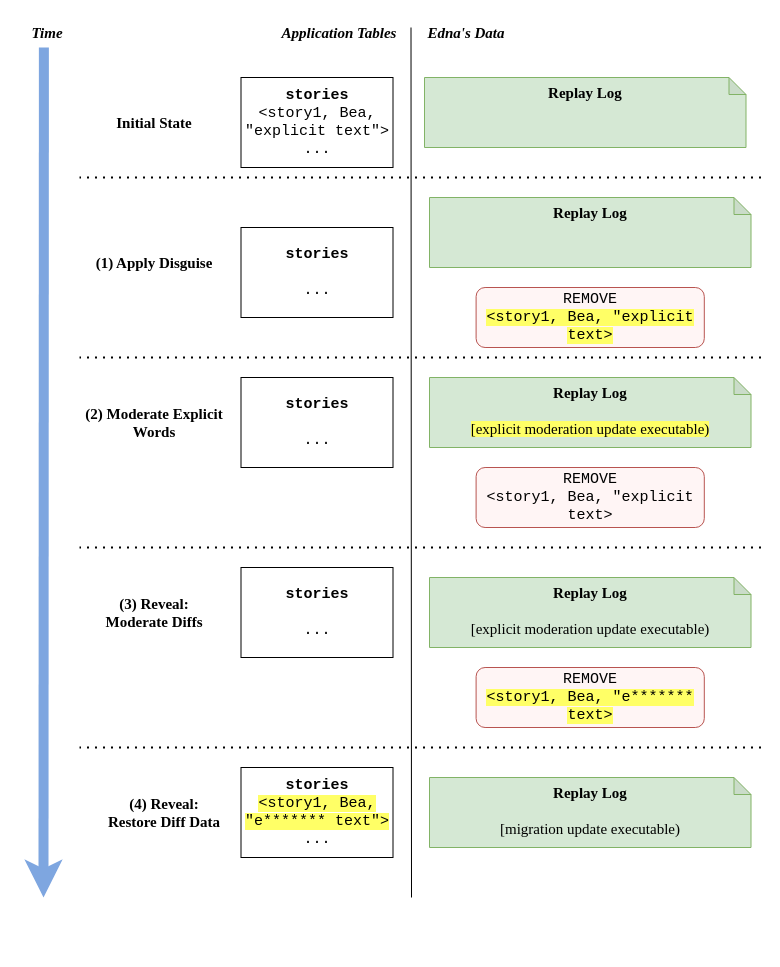
tslilyai/thesis keeps this draw.io diagram as page "updates" (17 of 21) of thesis/figs/edna.drawio. Above is the earlier version. Source tidied: cells renumbered, new cells numbered last; positions are measured from the earlier drawing's top-left corner, leaving out a move shared by most shapes. Both pictures are drawn from the tidied source at 100%, with x=0, y=0 at pixel (17, 17).
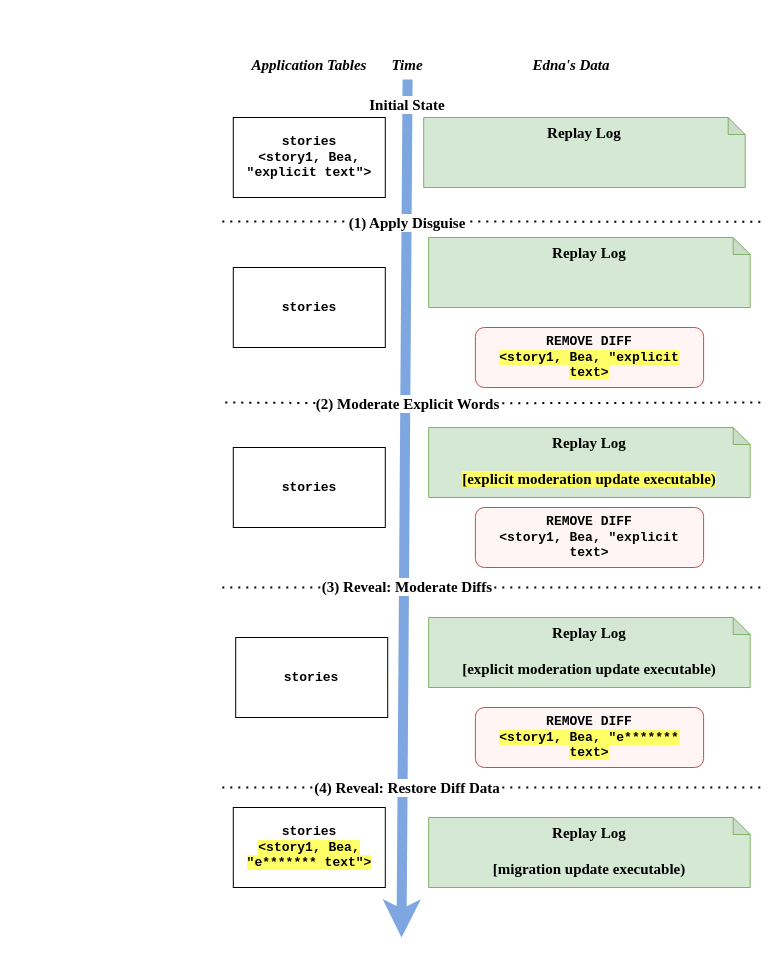
After the change.

Diff of the diagram source:
```diff
@@
-    <mxCell id="2" value="REMOVE&lt;br&gt;&lt;span style=&quot;background-color: rgb(255, 255, 102);&quot;&gt;&amp;lt;story1, Bea, &quot;explicit text&amp;gt;&lt;/span&gt;" style="rounded=1;whiteSpace=wrap;html=1;fillColor=#fff5f5;strokeColor=#b85450;fontSize=15;fontFamily=Courier New;" parent="1" vertex="1">
-      <mxGeometry x="458.6" y="270" width="228.2" height="60" as="geometry" />
+    <mxCell id="2" value="REMOVE DIFF&lt;br style=&quot;font-size: 13px;&quot;&gt;&lt;span style=&quot;background-color: rgb(255, 255, 102); font-size: 13px;&quot;&gt;&amp;lt;story1, Bea, &quot;explicit text&amp;gt;&lt;/span&gt;" style="rounded=1;whiteSpace=wrap;html=1;fillColor=#fff5f5;strokeColor=#b85450;fontSize=13;fontFamily=Courier New;fontStyle=1;" parent="1" vertex="1">
+      <mxGeometry x="457.9" y="310" width="228.2" height="60" as="geometry" />
     </mxCell>
-    <mxCell id="3" value="&lt;div style=&quot;font-size: 15px;&quot;&gt;&lt;/div&gt;&lt;b&gt;stories&lt;/b&gt;&lt;br style=&quot;font-size: 15px;&quot;&gt;&amp;lt;story1, Bea, &quot;explicit text&quot;&amp;gt;&lt;br style=&quot;font-size: 15px;&quot;&gt;..." style="rounded=1;whiteSpace=wrap;html=1;arcSize=0;align=center;spacing=0;fontSize=15;fontFamily=Courier New;" parent="1" vertex="1">
-      <mxGeometry x="223.5" y="60" width="152" height="90" as="geometry" />
+    <mxCell id="3" value="&lt;div style=&quot;font-size: 13px;&quot;&gt;&lt;/div&gt;&lt;span style=&quot;font-size: 13px;&quot;&gt;stories&lt;/span&gt;&lt;br style=&quot;font-size: 13px;&quot;&gt;&amp;lt;story1, Bea, &quot;explicit text&quot;&amp;gt;" style="rounded=1;whiteSpace=wrap;html=1;arcSize=0;align=center;spacing=0;fontSize=13;fontFamily=Courier New;fontStyle=1;" parent="1" vertex="1">
+      <mxGeometry x="215.8" y="100" width="152" height="80" as="geometry" />
     </mxCell>
     <mxCell id="4" value="Application Tables" style="text;html=1;align=center;verticalAlign=middle;whiteSpace=wrap;rounded=0;fontStyle=3;fontSize=15;fontFamily=Times New Roman;" parent="1" vertex="1">
-      <mxGeometry x="232" width="180" height="30" as="geometry" />
+      <mxGeometry x="202" y="32" width="180" height="30" as="geometry" />
     </mxCell>
     <mxCell id="5" value="Edna's Data" style="text;html=1;align=center;verticalAlign=middle;whiteSpace=wrap;rounded=0;fontStyle=3;fontSize=15;fontFamily=Times New Roman;" parent="1" vertex="1">
-      <mxGeometry x="353.5" width="190" height="30" as="geometry" />
+      <mxGeometry x="459" y="32" width="190" height="30" as="geometry" />
     </mxCell>
-    <mxCell id="6" style="endArrow=none;html=1;strokeWidth=1;rounded=0;fontSize=15;fontFamily=Times New Roman;" parent="1" edge="1">
-      <mxGeometry relative="1" as="geometry">
-        <mxPoint x="394" y="880" as="sourcePoint" />
-        <mxPoint x="393.5" y="10" as="targetPoint" />
-      </mxGeometry>
-    </mxCell>
-    <mxCell id="7" value="(1) Apply Disguise" style="text;html=1;align=center;verticalAlign=middle;whiteSpace=wrap;rounded=0;fontStyle=1;fontSize=15;fontFamily=Times New Roman;" parent="1" vertex="1">
-      <mxGeometry x="42" y="230" width="190" height="30" as="geometry" />
-    </mxCell>
-    <mxCell id="8" value="(2) Moderate Explicit Words" style="text;html=1;align=center;verticalAlign=middle;whiteSpace=wrap;rounded=0;fontStyle=1;fontSize=15;fontFamily=Times New Roman;" parent="1" vertex="1">
-      <mxGeometry x="62" y="390" width="150" height="30" as="geometry" />
-    </mxCell>
-    <mxCell id="9" value="(3) Reveal:&lt;br&gt;Moderate Diffs" style="text;html=1;align=center;verticalAlign=middle;whiteSpace=wrap;rounded=0;fontStyle=1;fontSize=15;fontFamily=Times New Roman;" parent="1" vertex="1">
-      <mxGeometry x="42" y="580" width="190" height="30" as="geometry" />
-    </mxCell>
-    <mxCell id="10" value="&lt;b style=&quot;font-size: 15px;&quot;&gt;Replay Log&lt;br style=&quot;font-size: 15px;&quot;&gt;&lt;/b&gt;&lt;br style=&quot;font-size: 15px;&quot;&gt;&lt;br style=&quot;font-size: 15px;&quot;&gt;&lt;br style=&quot;font-size: 15px;&quot;&gt;&lt;div style=&quot;font-size: 15px;&quot;&gt;&lt;br style=&quot;font-size: 15px;&quot;&gt;&lt;/div&gt;" style="shape=note;whiteSpace=wrap;html=1;backgroundOutline=1;darkOpacity=0.05;size=17;fillColor=#d5e8d4;strokeColor=#82b366;fontSize=15;verticalAlign=top;fontFamily=Times New Roman;" parent="1" vertex="1">
-      <mxGeometry x="407" y="60" width="321.5" height="70" as="geometry" />
+    <mxCell id="10" value="&lt;span style=&quot;font-size: 15px;&quot;&gt;Replay Log&lt;br style=&quot;font-size: 15px;&quot;&gt;&lt;/span&gt;&lt;br style=&quot;font-size: 15px;&quot;&gt;&lt;br style=&quot;font-size: 15px;&quot;&gt;&lt;br style=&quot;font-size: 15px;&quot;&gt;&lt;div style=&quot;font-size: 15px;&quot;&gt;&lt;br style=&quot;font-size: 15px;&quot;&gt;&lt;/div&gt;" style="shape=note;whiteSpace=wrap;html=1;backgroundOutline=1;darkOpacity=0.05;size=17;fillColor=#d5e8d4;strokeColor=#82b366;fontSize=15;verticalAlign=top;fontFamily=Times New Roman;fontStyle=1;" parent="1" vertex="1">
+      <mxGeometry x="406.2" y="100" width="321.5" height="70" as="geometry" />
     </mxCell>
-    <mxCell id="11" value="&lt;b style=&quot;font-size: 15px;&quot;&gt;Replay Log&lt;br style=&quot;font-size: 15px;&quot;&gt;&lt;/b&gt;&lt;br style=&quot;font-size: 15px;&quot;&gt;&lt;br style=&quot;font-size: 15px;&quot;&gt;&lt;br style=&quot;font-size: 15px;&quot;&gt;&lt;div style=&quot;font-size: 15px;&quot;&gt;&lt;br style=&quot;font-size: 15px;&quot;&gt;&lt;/div&gt;" style="shape=note;whiteSpace=wrap;html=1;backgroundOutline=1;darkOpacity=0.05;size=17;fillColor=#d5e8d4;strokeColor=#82b366;fontSize=15;verticalAlign=top;fontFamily=Times New Roman;" parent="1" vertex="1">
-      <mxGeometry x="412" y="180" width="321.5" height="70" as="geometry" />
+    <mxCell id="11" value="&lt;span style=&quot;font-size: 15px;&quot;&gt;Replay Log&lt;br style=&quot;font-size: 15px;&quot;&gt;&lt;/span&gt;&lt;br style=&quot;font-size: 15px;&quot;&gt;&lt;br style=&quot;font-size: 15px;&quot;&gt;&lt;br style=&quot;font-size: 15px;&quot;&gt;&lt;div style=&quot;font-size: 15px;&quot;&gt;&lt;br style=&quot;font-size: 15px;&quot;&gt;&lt;/div&gt;" style="shape=note;whiteSpace=wrap;html=1;backgroundOutline=1;darkOpacity=0.05;size=17;fillColor=#d5e8d4;strokeColor=#82b366;fontSize=15;verticalAlign=top;fontFamily=Times New Roman;fontStyle=1;" parent="1" vertex="1">
+      <mxGeometry x="411.2" y="220" width="321.5" height="70" as="geometry" />
     </mxCell>
-    <mxCell id="12" value="&lt;b style=&quot;font-size: 15px;&quot;&gt;Replay Log&lt;br style=&quot;font-size: 15px;&quot;&gt;&lt;/b&gt;&lt;br style=&quot;font-size: 15px;&quot;&gt;&lt;span style=&quot;background-color: rgb(255, 255, 102);&quot;&gt;[explicit moderation update executable)&lt;br style=&quot;font-size: 15px;&quot;&gt;&lt;/span&gt;&lt;br style=&quot;font-size: 15px;&quot;&gt;&lt;div style=&quot;font-size: 15px;&quot;&gt;&lt;br style=&quot;font-size: 15px;&quot;&gt;&lt;/div&gt;" style="shape=note;whiteSpace=wrap;html=1;backgroundOutline=1;darkOpacity=0.05;size=17;fillColor=#d5e8d4;strokeColor=#82b366;fontSize=15;verticalAlign=top;fontFamily=Times New Roman;" parent="1" vertex="1">
-      <mxGeometry x="412" y="360" width="321.5" height="70" as="geometry" />
+    <mxCell id="12" value="&lt;span style=&quot;font-size: 15px;&quot;&gt;Replay Log&lt;br style=&quot;font-size: 15px;&quot;&gt;&lt;/span&gt;&lt;br style=&quot;font-size: 15px;&quot;&gt;&lt;span style=&quot;background-color: rgb(255, 255, 102);&quot;&gt;[explicit moderation update executable)&lt;br style=&quot;font-size: 15px;&quot;&gt;&lt;/span&gt;&lt;br style=&quot;font-size: 15px;&quot;&gt;&lt;div style=&quot;font-size: 15px;&quot;&gt;&lt;br style=&quot;font-size: 15px;&quot;&gt;&lt;/div&gt;" style="shape=note;whiteSpace=wrap;html=1;backgroundOutline=1;darkOpacity=0.05;size=17;fillColor=#d5e8d4;strokeColor=#82b366;fontSize=15;verticalAlign=top;fontFamily=Times New Roman;fontStyle=1;" parent="1" vertex="1">
+      <mxGeometry x="411.2" y="410" width="321.5" height="70" as="geometry" />
     </mxCell>
-    <mxCell id="13" style="endArrow=none;dashed=1;html=1;dashPattern=1 3;strokeWidth=2;rounded=0;fontSize=15;fontFamily=Times New Roman;" parent="1" edge="1">
+    <mxCell id="13" style="endArrow=none;dashed=1;html=1;dashPattern=1 3;strokeWidth=2;rounded=0;fontSize=15;fontFamily=Times New Roman;fontStyle=1;" parent="1" edge="1">
       <mxGeometry relative="1" as="geometry">
-        <mxPoint x="743.5" y="530" as="sourcePoint" />
-        <mxPoint x="62" y="530" as="targetPoint" />
+        <mxPoint x="742.8" y="570" as="sourcePoint" />
+        <mxPoint x="202" y="570" as="targetPoint" />
       </mxGeometry>
     </mxCell>
-    <mxCell id="14" value="(4) Reveal:&lt;br&gt;Restore Diff Data" style="text;html=1;align=center;verticalAlign=middle;whiteSpace=wrap;rounded=0;fontStyle=1;fontSize=15;fontFamily=Times New Roman;" parent="1" vertex="1">
-      <mxGeometry x="52" y="780" width="190" height="30" as="geometry" />
-    </mxCell>
-    <mxCell id="15" value="&lt;b style=&quot;font-size: 15px;&quot;&gt;Replay Log&lt;br style=&quot;font-size: 15px;&quot;&gt;&lt;/b&gt;&lt;br style=&quot;font-size: 15px;&quot;&gt;[migration update executable)&lt;br style=&quot;font-size: 15px;&quot;&gt;&lt;br style=&quot;font-size: 15px;&quot;&gt;&lt;div style=&quot;font-size: 15px;&quot;&gt;&lt;br style=&quot;font-size: 15px;&quot;&gt;&lt;/div&gt;" style="shape=note;whiteSpace=wrap;html=1;backgroundOutline=1;darkOpacity=0.05;size=17;fillColor=#d5e8d4;strokeColor=#82b366;fontSize=15;verticalAlign=top;fontFamily=Times New Roman;" parent="1" vertex="1">
-      <mxGeometry x="412" y="760" width="321.5" height="70" as="geometry" />
+    <mxCell id="15" value="&lt;span style=&quot;font-size: 15px;&quot;&gt;Replay Log&lt;br style=&quot;font-size: 15px;&quot;&gt;&lt;/span&gt;&lt;br style=&quot;font-size: 15px;&quot;&gt;[migration update executable)&lt;br style=&quot;font-size: 15px;&quot;&gt;&lt;br style=&quot;font-size: 15px;&quot;&gt;&lt;div style=&quot;font-size: 15px;&quot;&gt;&lt;br style=&quot;font-size: 15px;&quot;&gt;&lt;/div&gt;" style="shape=note;whiteSpace=wrap;html=1;backgroundOutline=1;darkOpacity=0.05;size=17;fillColor=#d5e8d4;strokeColor=#82b366;fontSize=15;verticalAlign=top;fontFamily=Times New Roman;fontStyle=1;" parent="1" vertex="1">
+      <mxGeometry x="411.2" y="800" width="321.5" height="70" as="geometry" />
     </mxCell>
-    <mxCell id="16" value="Initial State" style="text;html=1;align=center;verticalAlign=middle;whiteSpace=wrap;rounded=0;fontStyle=1;fontSize=15;fontFamily=Times New Roman;" parent="1" vertex="1">
-      <mxGeometry x="42" y="90" width="190" height="30" as="geometry" />
-    </mxCell>
-    <mxCell id="17" value="&lt;div style=&quot;font-size: 15px;&quot;&gt;&lt;/div&gt;&lt;b&gt;stories&lt;/b&gt;&lt;br style=&quot;font-size: 15px;&quot;&gt;&lt;span style=&quot;background-color: rgb(255, 255, 102);&quot;&gt;&amp;lt;story1, Bea, &quot;e******* text&quot;&amp;gt;&lt;br style=&quot;border-color: var(--border-color);&quot;&gt;&lt;/span&gt;..." style="rounded=1;whiteSpace=wrap;html=1;arcSize=0;align=center;spacing=3;fontSize=15;fontFamily=Courier New;" parent="1" vertex="1">
-      <mxGeometry x="223.5" y="750" width="152" height="90" as="geometry" />
+    <mxCell id="17" value="&lt;div style=&quot;font-size: 13px;&quot;&gt;&lt;/div&gt;&lt;span style=&quot;font-size: 13px;&quot;&gt;stories&lt;/span&gt;&lt;br style=&quot;font-size: 13px;&quot;&gt;&lt;span style=&quot;background-color: rgb(255, 255, 102); font-size: 13px;&quot;&gt;&amp;lt;story1, Bea, &quot;e******* text&quot;&amp;gt;&lt;/span&gt;" style="rounded=1;whiteSpace=wrap;html=1;arcSize=0;align=center;spacing=3;fontSize=13;fontFamily=Courier New;fontStyle=1;" parent="1" vertex="1">
+      <mxGeometry x="215.8" y="790" width="152" height="80" as="geometry" />
     </mxCell>
-    <mxCell id="18" value="REMOVE&lt;br&gt;&amp;lt;story1, Bea, &quot;explicit text&amp;gt;" style="rounded=1;whiteSpace=wrap;html=1;fillColor=#fff5f5;strokeColor=#b85450;fontSize=15;fontFamily=Courier New;" parent="1" vertex="1">
-      <mxGeometry x="458.6" y="450" width="228.2" height="60" as="geometry" />
+    <mxCell id="18" value="REMOVE DIFF&lt;br style=&quot;font-size: 13px;&quot;&gt;&amp;lt;story1, Bea, &quot;explicit text&amp;gt;" style="rounded=1;whiteSpace=wrap;html=1;fillColor=#fff5f5;strokeColor=#b85450;fontSize=13;fontFamily=Courier New;fontStyle=1;" parent="1" vertex="1">
+      <mxGeometry x="457.9" y="490" width="228.2" height="60" as="geometry" />
     </mxCell>
-    <mxCell id="19" value="&lt;b style=&quot;font-size: 15px;&quot;&gt;Replay Log&lt;br style=&quot;font-size: 15px;&quot;&gt;&lt;/b&gt;&lt;br style=&quot;font-size: 15px;&quot;&gt;[explicit moderation update executable)&lt;br style=&quot;font-size: 15px;&quot;&gt;&lt;br style=&quot;font-size: 15px;&quot;&gt;&lt;div style=&quot;font-size: 15px;&quot;&gt;&lt;br style=&quot;font-size: 15px;&quot;&gt;&lt;/div&gt;" style="shape=note;whiteSpace=wrap;html=1;backgroundOutline=1;darkOpacity=0.05;size=17;fillColor=#d5e8d4;strokeColor=#82b366;fontSize=15;verticalAlign=top;fontFamily=Times New Roman;" parent="1" vertex="1">
-      <mxGeometry x="412" y="560" width="321.5" height="70" as="geometry" />
+    <mxCell id="19" value="&lt;span style=&quot;font-size: 15px;&quot;&gt;Replay Log&lt;br style=&quot;font-size: 15px;&quot;&gt;&lt;/span&gt;&lt;br style=&quot;font-size: 15px;&quot;&gt;[explicit moderation update executable)&lt;br style=&quot;font-size: 15px;&quot;&gt;&lt;br style=&quot;font-size: 15px;&quot;&gt;&lt;div style=&quot;font-size: 15px;&quot;&gt;&lt;br style=&quot;font-size: 15px;&quot;&gt;&lt;/div&gt;" style="shape=note;whiteSpace=wrap;html=1;backgroundOutline=1;darkOpacity=0.05;size=17;fillColor=#d5e8d4;strokeColor=#82b366;fontSize=15;verticalAlign=top;fontFamily=Times New Roman;fontStyle=1;" parent="1" vertex="1">
+      <mxGeometry x="411.2" y="600" width="321.5" height="70" as="geometry" />
     </mxCell>
-    <mxCell id="20" value="REMOVE&lt;br&gt;&lt;span style=&quot;background-color: rgb(255, 255, 102);&quot;&gt;&amp;lt;story1, Bea, &quot;e******* text&amp;gt;&lt;/span&gt;" style="rounded=1;whiteSpace=wrap;html=1;fillColor=#fff5f5;strokeColor=#b85450;fontSize=15;fontFamily=Courier New;" parent="1" vertex="1">
-      <mxGeometry x="458.6" y="650" width="228.2" height="60" as="geometry" />
+    <mxCell id="20" value="REMOVE DIFF&lt;br style=&quot;font-size: 13px;&quot;&gt;&lt;span style=&quot;background-color: rgb(255, 255, 102); font-size: 13px;&quot;&gt;&amp;lt;story1, Bea, &quot;e******* text&amp;gt;&lt;/span&gt;" style="rounded=1;whiteSpace=wrap;html=1;fillColor=#fff5f5;strokeColor=#b85450;fontSize=13;fontFamily=Courier New;fontStyle=1;" parent="1" vertex="1">
+      <mxGeometry x="457.9" y="690" width="228.2" height="60" as="geometry" />
     </mxCell>
-    <mxCell id="21" style="endArrow=none;dashed=1;html=1;dashPattern=1 3;strokeWidth=2;rounded=0;fontSize=15;fontFamily=Times New Roman;" parent="1" edge="1">
+    <mxCell id="21" style="endArrow=none;dashed=1;html=1;dashPattern=1 3;strokeWidth=2;rounded=0;fontSize=15;fontFamily=Times New Roman;fontStyle=1;" parent="1" edge="1" source="8">
       <mxGeometry relative="1" as="geometry">
-        <mxPoint x="743.5" y="340" as="sourcePoint" />
-        <mxPoint x="62" y="340" as="targetPoint" />
+        <mxPoint x="202" y="385" as="targetPoint" />
       </mxGeometry>
     </mxCell>
-    <mxCell id="22" style="endArrow=none;dashed=1;html=1;dashPattern=1 3;strokeWidth=2;rounded=0;fontSize=15;fontFamily=Times New Roman;" parent="1" edge="1">
+    <mxCell id="22" style="endArrow=none;dashed=1;html=1;dashPattern=1 3;strokeWidth=2;rounded=0;fontSize=15;fontFamily=Times New Roman;fontStyle=1;" parent="1" edge="1">
       <mxGeometry relative="1" as="geometry">
-        <mxPoint x="743.5" y="160" as="sourcePoint" />
-        <mxPoint x="62" y="160" as="targetPoint" />
+        <mxPoint x="742.8" y="204.2" as="sourcePoint" />
+        <mxPoint x="202" y="204" as="targetPoint" />
       </mxGeometry>
     </mxCell>
-    <mxCell id="23" style="endArrow=none;dashed=1;html=1;dashPattern=1 3;strokeWidth=2;rounded=0;fontSize=15;fontFamily=Times New Roman;" parent="1" edge="1">
+    <mxCell id="23" style="endArrow=none;dashed=1;html=1;dashPattern=1 3;strokeWidth=2;rounded=0;fontSize=15;fontFamily=Times New Roman;fontStyle=1;" parent="1" edge="1">
       <mxGeometry relative="1" as="geometry">
-        <mxPoint x="743.5" y="730" as="sourcePoint" />
-        <mxPoint x="62" y="730" as="targetPoint" />
+        <mxPoint x="742.8" y="770" as="sourcePoint" />
+        <mxPoint x="202" y="770" as="targetPoint" />
       </mxGeometry>
     </mxCell>
-    <mxCell id="24" value="&lt;div style=&quot;font-size: 15px;&quot;&gt;&lt;/div&gt;&lt;b&gt;stories&lt;br&gt;&lt;/b&gt;&lt;br style=&quot;font-size: 15px;&quot;&gt;..." style="rounded=1;whiteSpace=wrap;html=1;arcSize=0;align=center;spacing=3;fontSize=15;fontFamily=Courier New;" parent="1" vertex="1">
-      <mxGeometry x="223.5" y="210" width="152" height="90" as="geometry" />
+    <mxCell id="24" value="&lt;div style=&quot;font-size: 13px;&quot;&gt;&lt;/div&gt;&lt;span style=&quot;font-size: 13px;&quot;&gt;stories&lt;br style=&quot;font-size: 13px;&quot;&gt;&lt;/span&gt;" style="rounded=1;whiteSpace=wrap;html=1;arcSize=0;align=center;spacing=3;fontSize=13;fontFamily=Courier New;fontStyle=1;" parent="1" vertex="1">
+      <mxGeometry x="215.8" y="250" width="152" height="80" as="geometry" />
     </mxCell>
-    <mxCell id="25" value="&lt;div style=&quot;font-size: 15px;&quot;&gt;&lt;/div&gt;&lt;b&gt;stories&lt;br&gt;&lt;/b&gt;&lt;br style=&quot;font-size: 15px;&quot;&gt;..." style="rounded=1;whiteSpace=wrap;html=1;arcSize=0;align=center;spacing=3;fontSize=15;fontFamily=Courier New;" parent="1" vertex="1">
-      <mxGeometry x="223.5" y="360" width="152" height="90" as="geometry" />
+    <mxCell id="25" value="&lt;div style=&quot;font-size: 13px;&quot;&gt;&lt;/div&gt;&lt;span style=&quot;font-size: 13px;&quot;&gt;stories&lt;br style=&quot;font-size: 13px;&quot;&gt;&lt;/span&gt;" style="rounded=1;whiteSpace=wrap;html=1;arcSize=0;align=center;spacing=3;fontSize=13;fontFamily=Courier New;fontStyle=1;" parent="1" vertex="1">
+      <mxGeometry x="215.8" y="430" width="152" height="80" as="geometry" />
     </mxCell>
-    <mxCell id="26" value="&lt;div style=&quot;font-size: 15px;&quot;&gt;&lt;/div&gt;&lt;b&gt;stories&lt;br&gt;&lt;/b&gt;&lt;br style=&quot;font-size: 15px;&quot;&gt;..." style="rounded=1;whiteSpace=wrap;html=1;arcSize=0;align=center;spacing=3;fontSize=15;fontFamily=Courier New;" parent="1" vertex="1">
-      <mxGeometry x="223.5" y="550" width="152" height="90" as="geometry" />
+    <mxCell id="26" value="&lt;div style=&quot;font-size: 13px;&quot;&gt;&lt;/div&gt;&lt;span style=&quot;font-size: 13px;&quot;&gt;stories&lt;br style=&quot;font-size: 13px;&quot;&gt;&lt;/span&gt;" style="rounded=1;whiteSpace=wrap;html=1;arcSize=0;align=center;spacing=3;fontSize=13;fontFamily=Courier New;fontStyle=1;" parent="1" vertex="1">
+      <mxGeometry x="218.2" y="620" width="152" height="80" as="geometry" />
     </mxCell>
     <mxCell id="27" value="Time" style="text;html=1;align=center;verticalAlign=middle;whiteSpace=wrap;rounded=0;fontStyle=3;fontSize=15;strokeWidth=10;strokeColor=none;fontFamily=Times New Roman;" parent="1" vertex="1">
-      <mxGeometry width="60" height="30" as="geometry" />
+      <mxGeometry x="360.2" y="32" width="60" height="30" as="geometry" />
     </mxCell>
-    <mxCell id="28" style="endArrow=classic;html=1;rounded=0;strokeWidth=10;strokeColor=#7EA6E0;fontFamily=Times New Roman;" parent="1" edge="1">
+    <mxCell id="28" style="endArrow=classic;html=1;rounded=0;strokeWidth=10;strokeColor=#7EA6E0;fontFamily=Times New Roman;fontStyle=1;" parent="1" edge="1" source="27">
       <mxGeometry relative="1" as="geometry">
-        <mxPoint x="26.4" y="30" as="sourcePoint" />
-        <mxPoint x="26" y="880" as="targetPoint" />
+        <mxPoint x="384" y="920" as="targetPoint" />
       </mxGeometry>
     </mxCell>
+    <mxCell id="29" style="endArrow=none;dashed=1;html=1;dashPattern=1 3;strokeWidth=2;rounded=0;fontSize=15;fontFamily=Times New Roman;fontStyle=1;" parent="1" edge="1" target="8">
+      <mxGeometry relative="1" as="geometry">
+        <mxPoint x="742.8" y="385" as="sourcePoint" />
+      </mxGeometry>
+    </mxCell>
+    <mxCell id="9" value="(3) Reveal: Moderate Diffs" style="text;html=1;align=center;verticalAlign=middle;whiteSpace=wrap;rounded=0;fontStyle=1;fontSize=15;fontFamily=Times New Roman;labelBackgroundColor=default;spacing=0;" parent="1" vertex="1">
+      <mxGeometry x="225.2" y="554" width="330" height="30" as="geometry" />
+    </mxCell>
+    <mxCell id="14" value="(4) Reveal: Restore Diff Data" style="text;html=1;align=center;verticalAlign=middle;whiteSpace=wrap;rounded=0;fontStyle=1;fontSize=15;fontFamily=Times New Roman;labelBackgroundColor=default;spacing=0;" parent="1" vertex="1">
+      <mxGeometry x="295.2" y="755" width="190" height="30" as="geometry" />
+    </mxCell>
+    <mxCell id="16" value="Initial State" style="text;html=1;align=center;verticalAlign=middle;whiteSpace=wrap;rounded=0;fontStyle=1;fontSize=15;fontFamily=Times New Roman;labelBackgroundColor=default;spacing=0;" parent="1" vertex="1">
+      <mxGeometry x="295.2" y="72" width="190" height="30" as="geometry" />
+    </mxCell>
+    <mxCell id="7" value="(1) Apply Disguise" style="text;html=1;align=center;verticalAlign=middle;whiteSpace=wrap;rounded=0;fontStyle=1;fontSize=15;fontFamily=Times New Roman;labelBackgroundColor=default;spacing=0;" parent="1" vertex="1">
+      <mxGeometry x="295.2" y="190" width="190" height="30" as="geometry" />
+    </mxCell>
+    <mxCell id="8" value="(2) Moderate Explicit Words" style="text;html=1;align=center;verticalAlign=middle;whiteSpace=wrap;rounded=0;fontStyle=1;fontSize=15;fontFamily=Times New Roman;labelBackgroundColor=default;spacing=0;" parent="1" vertex="1">
+      <mxGeometry x="297.8" y="371" width="185" height="30" as="geometry" />
+    </mxCell>
```
